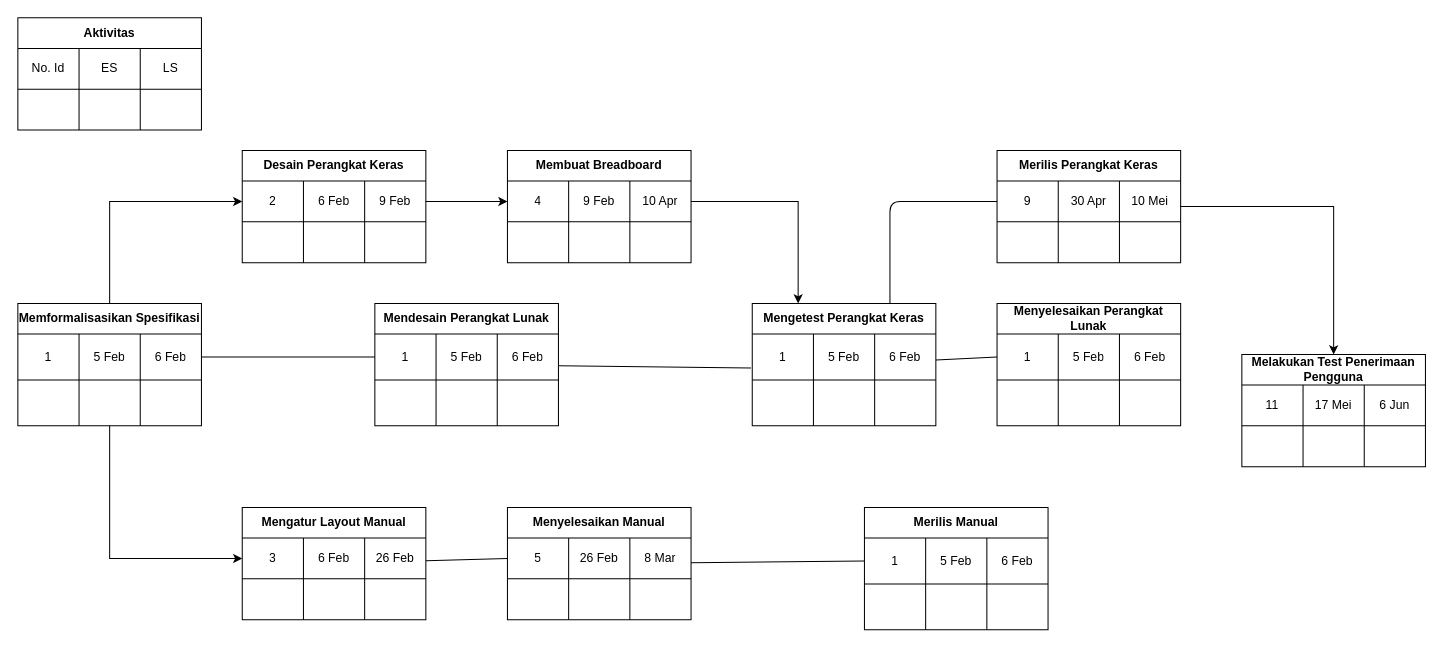
RayhanHamada/bikin-dfd keeps this draw.io diagram as page "Page-1" (1 of 2) of pert_diagram.drawio. Above is the earlier version. Source tidied: cells renumbered, new cells numbered last; positions are measured from the earlier drawing's top-left corner, leaving out a move shared by most shapes. Both pictures are drawn from the tidied source at 102%, with x=0, y=0 at pixel (17, 17).
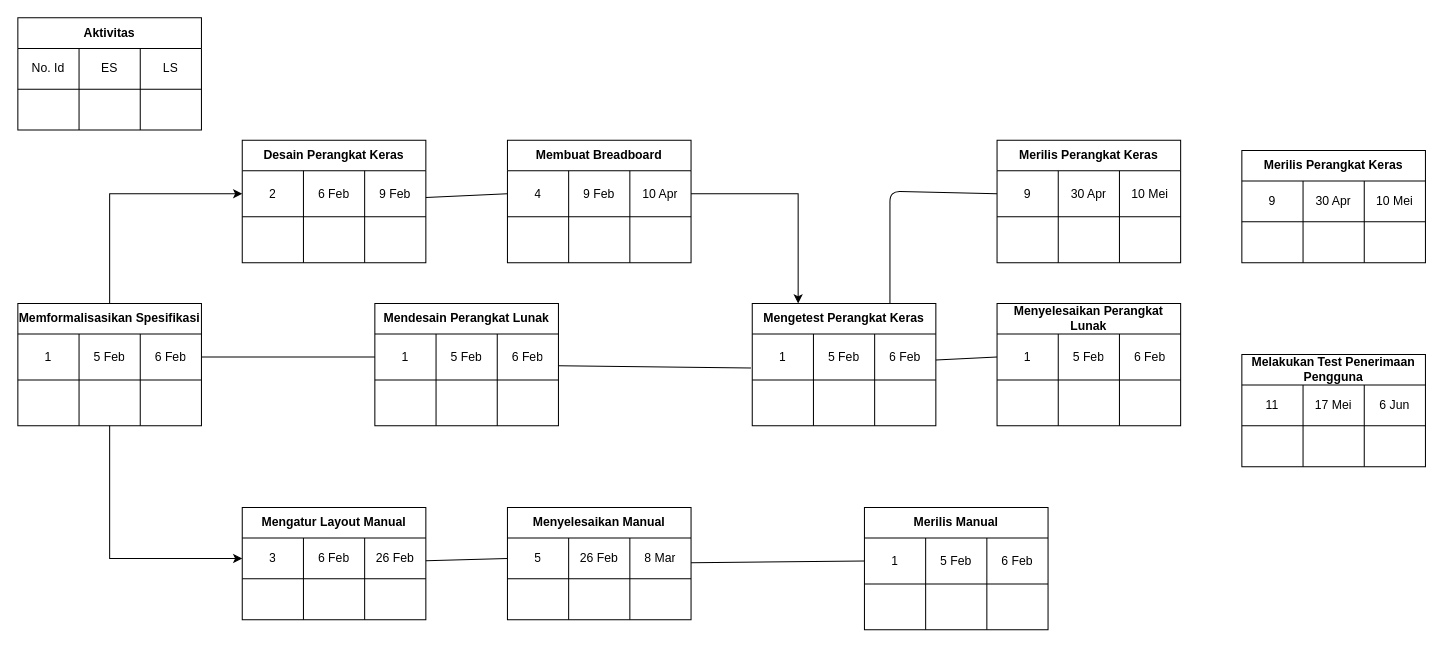
Above is the later version.

Unchanged cells that the change refers to:
```xml
<mxCell id="72" value="Melakukan Test Penerimaan Pengguna" style="shape=table;html=1;whiteSpace=wrap;startSize=30;childLayout=tableLayout;fontStyle=1;align=center;" parent="1" vertex="1">
  <mxGeometry x="1200" y="330" width="180" height="110" as="geometry" />
</mxCell>
<mxCell id="94" value="Mengetest Perangkat Keras" style="shape=table;html=1;whiteSpace=wrap;startSize=30;childLayout=tableLayout;fontStyle=1;align=center;" parent="1" vertex="1">
  <mxGeometry x="720" y="280" width="180" height="120" as="geometry" />
</mxCell>
```

Change to the diagram source:
```diff
@@
+    <mxCell id="121" style="edgeStyle=none;jettySize=auto;html=1;entryX=0;entryY=0.5;entryDx=0;entryDy=0;endArrow=none;" parent="1" edge="1" source="22" target="42">
+      <mxGeometry relative="1" as="geometry" />
+    </mxCell>
     <mxCell id="22" value="Desain Perangkat Keras" style="shape=table;html=1;whiteSpace=wrap;startSize=30;childLayout=tableLayout;fontStyle=1;align=center;" parent="1" vertex="1">
-      <mxGeometry x="220" y="130" width="180" height="110" as="geometry" />
+      <mxGeometry x="220" y="120" width="180" height="120" as="geometry" />
     </mxCell>
     <mxCell id="23" style="shape=partialRectangle;html=1;whiteSpace=wrap;fillColor=none;top=0;left=0;bottom=0;right=0;points=[[0,0.5],[1,0.5]];portConstraint=eastwest;" parent="22" vertex="1">
-      <mxGeometry y="30" width="180" height="40" as="geometry" />
+      <mxGeometry y="30" width="180" height="45" as="geometry" />
     </mxCell>
     <mxCell id="24" value="2" style="shape=partialRectangle;html=1;whiteSpace=wrap;fillColor=none;top=0;left=0;bottom=0;right=0;overflow=hidden;" parent="23" vertex="1">
-      <mxGeometry width="60" height="40" as="geometry" />
+      <mxGeometry width="60" height="45" as="geometry" />
     </mxCell>
     <mxCell id="25" value="&lt;span&gt;6 Feb&lt;/span&gt;" style="shape=partialRectangle;html=1;whiteSpace=wrap;fillColor=none;top=0;left=0;bottom=0;right=0;overflow=hidden;" parent="23" vertex="1">
-      <mxGeometry x="60" width="60" height="40" as="geometry" />
+      <mxGeometry x="60" width="60" height="45" as="geometry" />
     </mxCell>
     <mxCell id="26" value="9 Feb" style="shape=partialRectangle;html=1;whiteSpace=wrap;fillColor=none;top=0;left=0;bottom=0;right=0;overflow=hidden;" parent="23" vertex="1">
-      <mxGeometry x="120" width="60" height="40" as="geometry" />
+      <mxGeometry x="120" width="60" height="45" as="geometry" />
     </mxCell>
     <mxCell id="27" style="shape=partialRectangle;html=1;whiteSpace=wrap;fillColor=none;top=0;left=0;bottom=0;right=0;" parent="22" vertex="1">
-      <mxGeometry y="70" width="180" height="40" as="geometry" />
+      <mxGeometry y="75" width="180" height="45" as="geometry" />
     </mxCell>
     <mxCell id="28" style="shape=partialRectangle;html=1;whiteSpace=wrap;fillColor=none;top=0;left=0;bottom=0;right=0;overflow=hidden;" parent="27" vertex="1">
-      <mxGeometry width="60" height="40" as="geometry" />
+      <mxGeometry width="60" height="45" as="geometry" />
     </mxCell>
     <mxCell id="29" style="shape=partialRectangle;html=1;whiteSpace=wrap;fillColor=none;top=0;left=0;bottom=0;right=0;overflow=hidden;" parent="27" vertex="1">
-      <mxGeometry x="60" width="60" height="40" as="geometry" />
+      <mxGeometry x="60" width="60" height="45" as="geometry" />
     </mxCell>
     <mxCell id="30" style="shape=partialRectangle;html=1;whiteSpace=wrap;fillColor=none;top=0;left=0;bottom=0;right=0;overflow=hidden;" parent="27" vertex="1">
-      <mxGeometry x="120" width="60" height="40" as="geometry" />
+      <mxGeometry x="120" width="60" height="45" as="geometry" />
     </mxCell>
@@
     <mxCell id="41" value="Membuat Breadboard" style="shape=table;html=1;whiteSpace=wrap;startSize=30;childLayout=tableLayout;fontStyle=1;align=center;" parent="1" vertex="1">
-      <mxGeometry x="480" y="130" width="180" height="110" as="geometry" />
+      <mxGeometry x="480" y="120" width="180" height="120" as="geometry" />
     </mxCell>
     <mxCell id="42" style="shape=partialRectangle;html=1;whiteSpace=wrap;fillColor=none;top=0;left=0;bottom=0;right=0;points=[[0,0.5],[1,0.5]];portConstraint=eastwest;" parent="41" vertex="1">
-      <mxGeometry y="30" width="180" height="40" as="geometry" />
+      <mxGeometry y="30" width="180" height="45" as="geometry" />
     </mxCell>
     <mxCell id="43" value="4" style="shape=partialRectangle;html=1;whiteSpace=wrap;fillColor=none;top=0;left=0;bottom=0;right=0;overflow=hidden;" parent="42" vertex="1">
-      <mxGeometry width="60" height="40" as="geometry" />
+      <mxGeometry width="60" height="45" as="geometry" />
     </mxCell>
     <mxCell id="44" value="&lt;span&gt;9 Feb&lt;/span&gt;" style="shape=partialRectangle;html=1;whiteSpace=wrap;fillColor=none;top=0;left=0;bottom=0;right=0;overflow=hidden;" parent="42" vertex="1">
-      <mxGeometry x="60" width="60" height="40" as="geometry" />
+      <mxGeometry x="60" width="60" height="45" as="geometry" />
     </mxCell>
     <mxCell id="45" value="10 Apr" style="shape=partialRectangle;html=1;whiteSpace=wrap;fillColor=none;top=0;left=0;bottom=0;right=0;overflow=hidden;" parent="42" vertex="1">
-      <mxGeometry x="120" width="60" height="40" as="geometry" />
+      <mxGeometry x="120" width="60" height="45" as="geometry" />
     </mxCell>
     <mxCell id="46" style="shape=partialRectangle;html=1;whiteSpace=wrap;fillColor=none;top=0;left=0;bottom=0;right=0;" parent="41" vertex="1">
-      <mxGeometry y="70" width="180" height="40" as="geometry" />
+      <mxGeometry y="75" width="180" height="45" as="geometry" />
     </mxCell>
     <mxCell id="47" style="shape=partialRectangle;html=1;whiteSpace=wrap;fillColor=none;top=0;left=0;bottom=0;right=0;overflow=hidden;" parent="46" vertex="1">
-      <mxGeometry width="60" height="40" as="geometry" />
+      <mxGeometry width="60" height="45" as="geometry" />
     </mxCell>
     <mxCell id="48" style="shape=partialRectangle;html=1;whiteSpace=wrap;fillColor=none;top=0;left=0;bottom=0;right=0;overflow=hidden;" parent="46" vertex="1">
-      <mxGeometry x="60" width="60" height="40" as="geometry" />
+      <mxGeometry x="60" width="60" height="45" as="geometry" />
     </mxCell>
     <mxCell id="49" style="shape=partialRectangle;html=1;whiteSpace=wrap;fillColor=none;top=0;left=0;bottom=0;right=0;overflow=hidden;" parent="46" vertex="1">
-      <mxGeometry x="120" width="60" height="40" as="geometry" />
+      <mxGeometry x="120" width="60" height="45" as="geometry" />
     </mxCell>
@@
-    <mxCell id="60" style="edgeStyle=orthogonalEdgeStyle;rounded=0;jettySize=auto;html=1;entryX=0;entryY=0.5;entryDx=0;entryDy=0;" parent="1" edge="1" source="23" target="42">
-      <mxGeometry relative="1" as="geometry" />
-    </mxCell>
-    <mxCell id="61" style="edgeStyle=orthogonalEdgeStyle;rounded=0;jettySize=auto;html=1;entryX=0.5;entryY=0;entryDx=0;entryDy=0;" parent="1" edge="1" source="62" target="72">
-      <mxGeometry relative="1" as="geometry" />
-    </mxCell>
     <mxCell id="62" value="Merilis Perangkat Keras" style="shape=table;html=1;whiteSpace=wrap;startSize=30;childLayout=tableLayout;fontStyle=1;align=center;" parent="1" vertex="1">
-      <mxGeometry x="960" y="130" width="180" height="110" as="geometry" />
+      <mxGeometry x="960" y="120" width="180" height="120" as="geometry" />
     </mxCell>
     <mxCell id="63" style="shape=partialRectangle;html=1;whiteSpace=wrap;fillColor=none;top=0;left=0;bottom=0;right=0;points=[[0,0.5],[1,0.5]];portConstraint=eastwest;" parent="62" vertex="1">
-      <mxGeometry y="30" width="180" height="40" as="geometry" />
+      <mxGeometry y="30" width="180" height="45" as="geometry" />
     </mxCell>
     <mxCell id="64" value="9" style="shape=partialRectangle;html=1;whiteSpace=wrap;fillColor=none;top=0;left=0;bottom=0;right=0;overflow=hidden;" parent="63" vertex="1">
-      <mxGeometry width="60" height="40" as="geometry" />
+      <mxGeometry width="60" height="45" as="geometry" />
     </mxCell>
     <mxCell id="65" value="&lt;span&gt;30 Apr&lt;/span&gt;" style="shape=partialRectangle;html=1;whiteSpace=wrap;fillColor=none;top=0;left=0;bottom=0;right=0;overflow=hidden;" parent="63" vertex="1">
-      <mxGeometry x="60" width="60" height="40" as="geometry" />
+      <mxGeometry x="60" width="60" height="45" as="geometry" />
     </mxCell>
     <mxCell id="66" value="10 Mei" style="shape=partialRectangle;html=1;whiteSpace=wrap;fillColor=none;top=0;left=0;bottom=0;right=0;overflow=hidden;" parent="63" vertex="1">
-      <mxGeometry x="120" width="60" height="40" as="geometry" />
+      <mxGeometry x="120" width="60" height="45" as="geometry" />
     </mxCell>
     <mxCell id="67" style="shape=partialRectangle;html=1;whiteSpace=wrap;fillColor=none;top=0;left=0;bottom=0;right=0;" parent="62" vertex="1">
-      <mxGeometry y="70" width="180" height="40" as="geometry" />
+      <mxGeometry y="75" width="180" height="45" as="geometry" />
     </mxCell>
     <mxCell id="68" style="shape=partialRectangle;html=1;whiteSpace=wrap;fillColor=none;top=0;left=0;bottom=0;right=0;overflow=hidden;" parent="67" vertex="1">
-      <mxGeometry width="60" height="40" as="geometry" />
+      <mxGeometry width="60" height="45" as="geometry" />
     </mxCell>
     <mxCell id="69" style="shape=partialRectangle;html=1;whiteSpace=wrap;fillColor=none;top=0;left=0;bottom=0;right=0;overflow=hidden;" parent="67" vertex="1">
-      <mxGeometry x="60" width="60" height="40" as="geometry" />
+      <mxGeometry x="60" width="60" height="45" as="geometry" />
     </mxCell>
     <mxCell id="70" style="shape=partialRectangle;html=1;whiteSpace=wrap;fillColor=none;top=0;left=0;bottom=0;right=0;overflow=hidden;" parent="67" vertex="1">
-      <mxGeometry x="120" width="60" height="40" as="geometry" />
+      <mxGeometry x="120" width="60" height="45" as="geometry" />
     </mxCell>
@@
     <mxCell id="92" style="edgeStyle=none;jettySize=auto;html=1;entryX=0;entryY=0.5;entryDx=0;entryDy=0;endArrow=none;exitX=0.75;exitY=0;exitDx=0;exitDy=0;" parent="1" edge="1" source="94" target="63">
       <mxGeometry relative="1" as="geometry">
         <Array as="points">
-          <mxPoint x="855" y="180" />
+          <mxPoint x="855" y="170" />
         </Array>
       </mxGeometry>
     </mxCell>
@@
+    <mxCell id="122" value="Merilis Perangkat Keras" style="shape=table;html=1;whiteSpace=wrap;startSize=30;childLayout=tableLayout;fontStyle=1;align=center;" parent="1" vertex="1">
+      <mxGeometry x="1200" y="130" width="180" height="110" as="geometry" />
+    </mxCell>
+    <mxCell id="123" style="shape=partialRectangle;html=1;whiteSpace=wrap;fillColor=none;top=0;left=0;bottom=0;right=0;" parent="122" vertex="1">
+      <mxGeometry y="30" width="180" height="40" as="geometry" />
+    </mxCell>
+    <mxCell id="124" value="9" style="shape=partialRectangle;html=1;whiteSpace=wrap;fillColor=none;top=0;left=0;bottom=0;right=0;overflow=hidden;" parent="123" vertex="1">
+      <mxGeometry width="60" height="40" as="geometry" />
+    </mxCell>
+    <mxCell id="125" value="&lt;span&gt;30 Apr&lt;/span&gt;" style="shape=partialRectangle;html=1;whiteSpace=wrap;fillColor=none;top=0;left=0;bottom=0;right=0;overflow=hidden;" parent="123" vertex="1">
+      <mxGeometry x="60" width="60" height="40" as="geometry" />
+    </mxCell>
+    <mxCell id="126" value="10 Mei" style="shape=partialRectangle;html=1;whiteSpace=wrap;fillColor=none;top=0;left=0;bottom=0;right=0;overflow=hidden;" parent="123" vertex="1">
+      <mxGeometry x="120" width="60" height="40" as="geometry" />
+    </mxCell>
+    <mxCell id="127" style="shape=partialRectangle;html=1;whiteSpace=wrap;fillColor=none;top=0;left=0;bottom=0;right=0;" parent="122" vertex="1">
+      <mxGeometry y="70" width="180" height="40" as="geometry" />
+    </mxCell>
+    <mxCell id="128" style="shape=partialRectangle;html=1;whiteSpace=wrap;fillColor=none;top=0;left=0;bottom=0;right=0;overflow=hidden;" parent="127" vertex="1">
+      <mxGeometry width="60" height="40" as="geometry" />
+    </mxCell>
+    <mxCell id="129" style="shape=partialRectangle;html=1;whiteSpace=wrap;fillColor=none;top=0;left=0;bottom=0;right=0;overflow=hidden;" parent="127" vertex="1">
+      <mxGeometry x="60" width="60" height="40" as="geometry" />
+    </mxCell>
+    <mxCell id="130" style="shape=partialRectangle;html=1;whiteSpace=wrap;fillColor=none;top=0;left=0;bottom=0;right=0;overflow=hidden;" parent="127" vertex="1">
+      <mxGeometry x="120" width="60" height="40" as="geometry" />
+    </mxCell>
```
